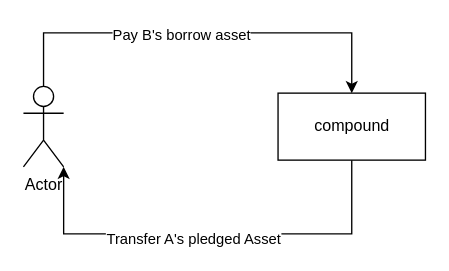
The draw.io diagram docs/images/uc_liquidity.drawio in fox-one/compound, before the edit. Source tidied: cells renumbered, new cells numbered last; positions are measured from the earlier drawing's top-left corner, leaving out a move shared by most shapes. Both pictures are drawn from the tidied source at 134%, with x=0, y=0 at pixel (23, 32).
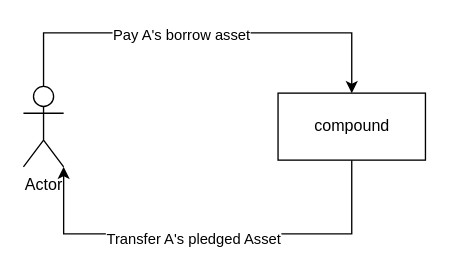
The same page after the edit.

Commit message (it also covers changes not shown here):
update liquidation user case

Change to the diagram source:
```diff
@@
 <mxGraphModel>
   <root>
     <mxCell id="0" />
     <mxCell id="1" parent="0" />
     <mxCell id="2" style="edgeStyle=orthogonalEdgeStyle;rounded=0;jettySize=auto;html=1;entryX=0.5;entryY=0;entryDx=0;entryDy=0;" parent="1" edge="1" source="4" target="7">
       <mxGeometry relative="1" as="geometry">
         <Array as="points">
           <mxPoint x="15" />
           <mxPoint x="245" />
         </Array>
       </mxGeometry>
     </mxCell>
-    <mxCell id="3" value="Pay B's borrow asset" style="edgeLabel;html=1;align=center;verticalAlign=middle;" parent="2" vertex="1">
+    <mxCell id="3" value="Pay A's borrow asset" style="edgeLabel;html=1;align=center;verticalAlign=middle;" parent="2" vertex="1">
       <mxGeometry x="-0.1" y="-1" relative="1" as="geometry" />
     </mxCell>
     <mxCell id="4" value="Actor" style="shape=umlActor;verticalLabelPosition=bottom;verticalAlign=top;html=1;" parent="1" vertex="1">
       <mxGeometry y="40" width="30" height="60" as="geometry" />
     </mxCell>
     <mxCell id="5" style="edgeStyle=orthogonalEdgeStyle;rounded=0;jettySize=auto;html=1;entryX=1;entryY=1;entryDx=0;entryDy=0;entryPerimeter=0;exitX=0.5;exitY=1;exitDx=0;exitDy=0;" parent="1" edge="1" source="7" target="4">
       <mxGeometry relative="1" as="geometry">
         <Array as="points">
           <mxPoint x="245" y="150" />
           <mxPoint x="30" y="150" />
         </Array>
       </mxGeometry>
     </mxCell>
     <mxCell id="6" value="Transfer A's pledged Asset" style="edgeLabel;html=1;align=center;verticalAlign=middle;" parent="5" vertex="1">
       <mxGeometry x="0.09" y="3" relative="1" as="geometry" />
     </mxCell>
     <mxCell id="7" value="compound" style="html=1;" parent="1" vertex="1">
       <mxGeometry x="190" y="45" width="110" height="50" as="geometry" />
     </mxCell>
   </root>
 </mxGraphModel>
```
